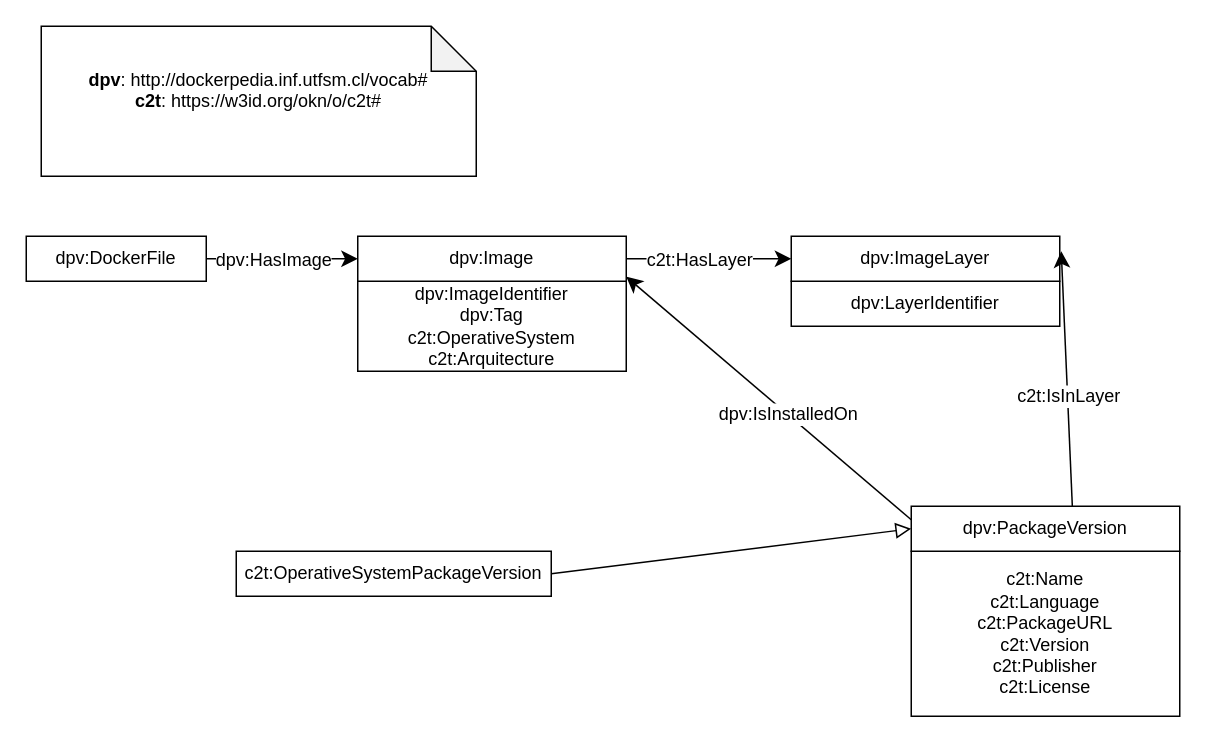
This is ontology.drawio from osoc-es/c2t, a draw.io file, before an edit. Source tidied: cells renumbered, new cells numbered last; positions are measured from the earlier drawing's top-left corner, leaving out a move shared by most shapes. Both pictures are drawn from the tidied source at 150%, with x=0, y=0 at pixel (26, 26).
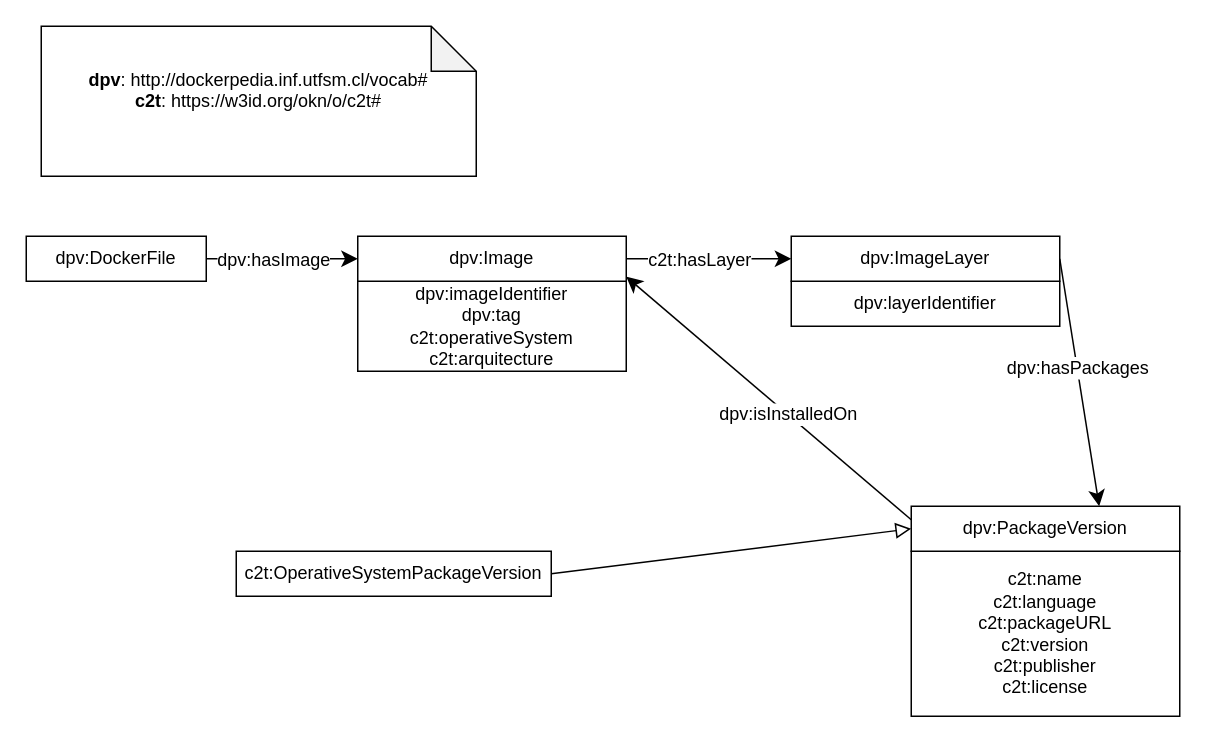
The same diagram, later.

Commit message (it also covers changes not shown here):
Última modificación

Unchanged cells that the change refers to:
```xml
<mxCell id="8" value="dpv:ImageLayer" style="rounded=0;whiteSpace=wrap;html=1;snapToPoint=1;points=[[0.1,0],[0.2,0],[0.3,0],[0.4,0],[0.5,0],[0.6,0],[0.7,0],[0.8,0],[0.9,0],[0,0.1],[0,0.3],[0,0.5],[0,0.7],[0,0.9],[0.1,1],[0.2,1],[0.3,1],[0.4,1],[0.5,1],[0.6,1],[0.7,1],[0.8,1],[0.9,1],[1,0.1],[1,0.3],[1,0.5],[1,0.7],[1,0.9]];" parent="1" vertex="1">
  <mxGeometry x="510" y="140" width="179" height="30" as="geometry" />
</mxCell>
<mxCell id="10" value="dpv:PackageVersion" style="rounded=0;whiteSpace=wrap;html=1;snapToPoint=1;points=[[0.1,0],[0.2,0],[0.3,0],[0.4,0],[0.5,0],[0.6,0],[0.7,0],[0.8,0],[0.9,0],[0,0.1],[0,0.3],[0,0.5],[0,0.7],[0,0.9],[0.1,1],[0.2,1],[0.3,1],[0.4,1],[0.5,1],[0.6,1],[0.7,1],[0.8,1],[0.9,1],[1,0.1],[1,0.3],[1,0.5],[1,0.7],[1,0.9]];" parent="1" vertex="1">
  <mxGeometry x="590" y="320" width="179" height="30" as="geometry" />
</mxCell>
<mxCell id="11" style="endArrow=classic;html=1;exitX=1;exitY=0.5;exitDx=0;exitDy=0;endSize=8;arcSize=0;rounded=0;entryX=0;entryY=0.5;entryDx=0;entryDy=0;" parent="1" edge="1" source="2" target="6">
  <mxGeometry relative="1" as="geometry" />
</mxCell>
<mxCell id="13" style="endArrow=classic;html=1;endSize=8;arcSize=0;rounded=0;exitX=1;exitY=0.5;exitDx=0;exitDy=0;entryX=0;entryY=0.5;entryDx=0;entryDy=0;" parent="1" edge="1" source="6" target="8">
  <mxGeometry relative="1" as="geometry" />
</mxCell>
<mxCell id="17" style="endArrow=classic;html=1;exitX=0;exitY=0.3;exitDx=0;exitDy=0;entryX=1;entryY=0.9;entryDx=0;entryDy=0;endSize=8;arcSize=0;rounded=0;" parent="1" edge="1" source="10" target="6">
  <mxGeometry relative="1" as="geometry" />
</mxCell>
```

What changed in the source:
```diff
@@
-    <mxCell id="5" value="dpv:ImageIdentifier&lt;br&gt;dpv:Tag&lt;br&gt;c2t:OperativeSystem&lt;br&gt;c2t:Arquitecture" style="rounded=0;whiteSpace=wrap;html=1;" parent="1" vertex="1">
+    <mxCell id="5" value="dpv:imageIdentifier&lt;br&gt;dpv:tag&lt;br&gt;c2t:operativeSystem&lt;br&gt;c2t:arquitecture" style="rounded=0;whiteSpace=wrap;html=1;" parent="1" vertex="1">
       <mxGeometry x="221" y="170" width="179" height="60" as="geometry" />
     </mxCell>
@@
-    <mxCell id="7" value="dpv:LayerIdentifier" style="rounded=0;whiteSpace=wrap;html=1;" parent="1" vertex="1">
+    <mxCell id="7" value="dpv:layerIdentifier" style="rounded=0;whiteSpace=wrap;html=1;" parent="1" vertex="1">
       <mxGeometry x="510" y="170" width="179" height="30" as="geometry" />
     </mxCell>
@@
-    <mxCell id="9" value="c2t:Name&lt;br&gt;c2t:Language&lt;br&gt;c2t:PackageURL&lt;br&gt;c2t:Version&lt;br&gt;c2t:Publisher&lt;br&gt;c2t:License" style="rounded=0;whiteSpace=wrap;html=1;" parent="1" vertex="1">
+    <mxCell id="9" value="c2t:name&lt;br&gt;c2t:language&lt;br&gt;c2t:packageURL&lt;br&gt;c2t:version&lt;br&gt;c2t:publisher&lt;br&gt;c2t:license" style="rounded=0;whiteSpace=wrap;html=1;" parent="1" vertex="1">
       <mxGeometry x="590" y="350" width="179" height="110" as="geometry" />
     </mxCell>
@@
-    <mxCell id="12" value="dpv:HasImage" style="text;html=1;align=center;verticalAlign=middle;labelBackgroundColor=#ffffff;" parent="11" vertex="1">
+    <mxCell id="12" value="dpv:hasImage" style="text;html=1;align=center;verticalAlign=middle;labelBackgroundColor=#ffffff;" parent="11" vertex="1">
       <mxGeometry x="-0.13" relative="1" as="geometry" />
     </mxCell>
@@
-    <mxCell id="14" value="c2t:HasLayer" style="text;html=1;align=center;verticalAlign=middle;labelBackgroundColor=#ffffff;" parent="13" vertex="1">
+    <mxCell id="14" value="c2t:hasLayer" style="text;html=1;align=center;verticalAlign=middle;labelBackgroundColor=#ffffff;" parent="13" vertex="1">
       <mxGeometry x="-0.13" relative="1" as="geometry" />
     </mxCell>
-    <mxCell id="15" style="endArrow=classic;html=1;exitX=0.6;exitY=0;exitDx=0;exitDy=0;endSize=8;arcSize=0;rounded=0;" parent="1" edge="1" source="10">
-      <mxGeometry relative="1" as="geometry">
-        <mxPoint x="690" y="150" as="targetPoint" />
-      </mxGeometry>
+    <mxCell id="15" style="endArrow=classic;html=1;endSize=8;arcSize=0;rounded=0;entryX=0.7;entryY=0;entryDx=0;entryDy=0;exitX=1;exitY=0.5;exitDx=0;exitDy=0;" parent="1" edge="1" source="8" target="10">
+      <mxGeometry relative="1" as="geometry" />
     </mxCell>
-    <mxCell id="16" value="c2t:IsInLayer" style="text;html=1;align=center;verticalAlign=middle;labelBackgroundColor=#ffffff;" parent="15" vertex="1">
+    <mxCell id="16" value="dpv:hasPackages" style="text;html=1;align=center;verticalAlign=middle;labelBackgroundColor=#ffffff;" parent="15" vertex="1">
       <mxGeometry x="-0.13" relative="1" as="geometry" />
     </mxCell>
@@
-    <mxCell id="18" value="dpv:IsInstalledOn" style="text;html=1;align=center;verticalAlign=middle;labelBackgroundColor=#ffffff;" parent="17" vertex="1">
+    <mxCell id="18" value="dpv:isInstalledOn" style="text;html=1;align=center;verticalAlign=middle;labelBackgroundColor=#ffffff;" parent="17" vertex="1">
       <mxGeometry x="-0.13" relative="1" as="geometry" />
     </mxCell>
```
